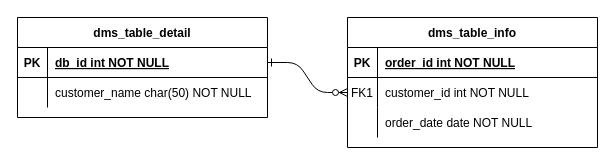
gzxwater/drawio keeps this draw.io diagram as 未命名绘图.drawio. Above is the earlier version. Source tidied: cells renumbered, new cells numbered last; positions are measured from the earlier drawing's top-left corner, leaving out a move shared by most shapes. Both pictures are drawn from the tidied source at 100%, with x=0, y=0 at pixel (17, 17).
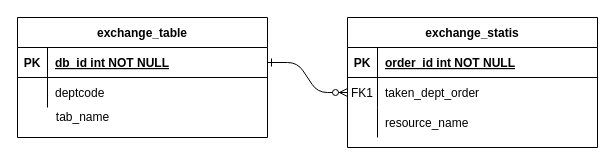
After the change.

Commit message:
更新未命名绘图.drawio

The change refers to these unchanged cells:
```xml
<mxCell id="7" style="shape=partialRectangle;fillColor=none;points=[[0,0.5],[1,0.5]];portConstraint=eastwest;top=0;left=0;right=0;bottom=0;" parent="3" vertex="1">
  <mxGeometry y="60" width="250" height="30" as="geometry" />
</mxCell>
<mxCell id="10" style="shape=partialRectangle;fillColor=none;top=0;left=0;right=0;bottom=0;" parent="3" vertex="1">
  <mxGeometry y="90" width="250" height="30" as="geometry" />
</mxCell>
<mxCell id="17" style="shape=partialRectangle;fillColor=none;top=0;left=0;right=0;bottom=0;" parent="13" vertex="1">
  <mxGeometry y="60" width="250" height="30" as="geometry" />
</mxCell>
```

Diff of the diagram source:
```diff
@@
-    <mxCell id="3" value="dms_table_info" style="shape=table;startSize=30;childLayout=tableLayout;rowLines=0;fontStyle=1;align=center;" parent="1" vertex="1">
+    <mxCell id="3" value="exchange_statis" style="shape=table;startSize=30;childLayout=tableLayout;rowLines=0;fontStyle=1;align=center;" parent="1" vertex="1">
       <mxGeometry x="330" width="250" height="130" as="geometry" />
     </mxCell>
@@
-    <mxCell id="9" value="customer_id int NOT NULL" style="shape=partialRectangle;overflow=hidden;fillColor=none;top=0;left=0;bottom=0;right=0;align=left;spacingLeft=6;" parent="7" vertex="1">
+    <mxCell id="9" value="taken_dept_order" style="shape=partialRectangle;overflow=hidden;fillColor=none;top=0;left=0;bottom=0;right=0;align=left;spacingLeft=6;" parent="7" vertex="1">
       <mxGeometry x="30" width="220" height="30" as="geometry" />
     </mxCell>
@@
-    <mxCell id="12" value="order_date date NOT NULL" style="shape=partialRectangle;overflow=hidden;fillColor=none;top=0;left=0;bottom=0;right=0;align=left;spacingLeft=6;" parent="10" vertex="1">
+    <mxCell id="12" value="resource_name" style="shape=partialRectangle;overflow=hidden;fillColor=none;top=0;left=0;bottom=0;right=0;align=left;spacingLeft=6;" parent="10" vertex="1">
       <mxGeometry x="30" width="220" height="30" as="geometry" />
     </mxCell>
-    <mxCell id="13" value="dms_table_detail" style="shape=table;startSize=30;childLayout=tableLayout;rowLines=0;fontStyle=1;align=center;" parent="1" vertex="1">
-      <mxGeometry width="250" height="100" as="geometry" />
+    <mxCell id="13" value="exchange_table" style="shape=table;startSize=30;childLayout=tableLayout;rowLines=0;fontStyle=1;align=center;" parent="1" vertex="1">
+      <mxGeometry width="250" height="120" as="geometry" />
     </mxCell>
@@
-    <mxCell id="19" value="customer_name char(50) NOT NULL" style="shape=partialRectangle;overflow=hidden;fillColor=none;top=0;left=0;bottom=0;right=0;align=left;spacingLeft=6;" parent="17" vertex="1">
+    <mxCell id="19" value="deptcode" style="shape=partialRectangle;overflow=hidden;fillColor=none;top=0;left=0;bottom=0;right=0;align=left;spacingLeft=6;" parent="17" vertex="1">
       <mxGeometry x="30" width="220" height="30" as="geometry" />
     </mxCell>
+    <mxCell id="20" value="tab_name" style="text;html=1;align=center;verticalAlign=middle;" parent="1" vertex="1">
+      <mxGeometry x="30" y="90" width="70" height="20" as="geometry" />
+    </mxCell>
```
